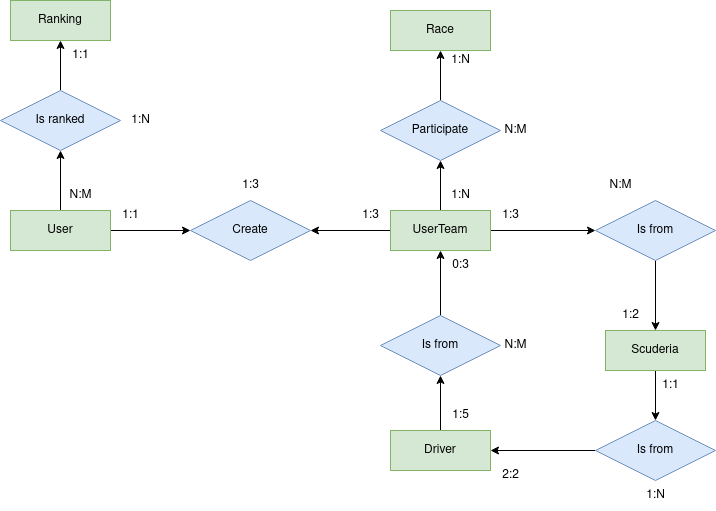
This is doc/diagrams/img/entity_relation.png from adrianhrb/proyecto_ETS, a draw.io export, as it was before one commit. Source tidied: cells renumbered, new cells last; positions are measured from the earlier drawing's top-left corner, leaving out a move shared by most shapes.
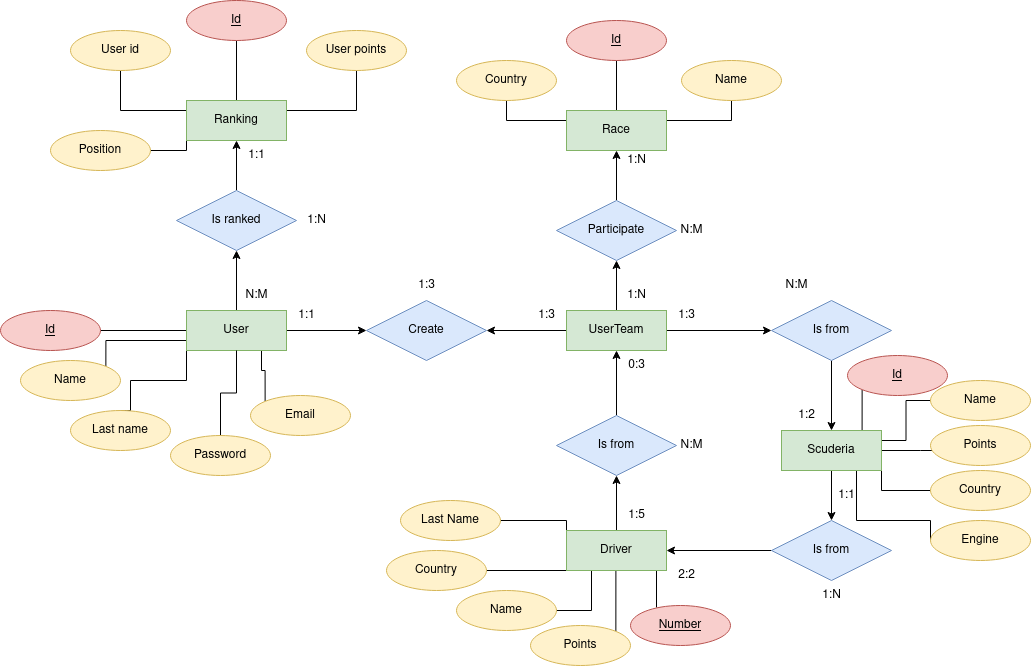
After the change.

The edit, as a diff of the source:
```diff
@@ -8,6 +8,30 @@
     <mxCell id="3" style="edgeStyle=orthogonalEdgeStyle;rounded=0;jettySize=auto;html=1;exitX=0.5;exitY=0;exitDx=0;exitDy=0;entryX=0.5;entryY=1;entryDx=0;entryDy=0;" parent="1" edge="1" source="4" target="40">
       <mxGeometry relative="1" as="geometry" />
     </mxCell>
+    <mxCell id="44" style="edgeStyle=orthogonalEdgeStyle;rounded=0;jettySize=auto;html=1;exitX=0;exitY=0.5;exitDx=0;exitDy=0;endArrow=none;endFill=0;" parent="1" edge="1" source="4" target="69">
+      <mxGeometry relative="1" as="geometry" />
+    </mxCell>
+    <mxCell id="45" style="edgeStyle=orthogonalEdgeStyle;rounded=0;jettySize=auto;html=1;exitX=0;exitY=0.75;exitDx=0;exitDy=0;entryX=1;entryY=0;entryDx=0;entryDy=0;endArrow=none;endFill=0;" parent="1" edge="1" source="4" target="65">
+      <mxGeometry relative="1" as="geometry" />
+    </mxCell>
+    <mxCell id="46" style="edgeStyle=orthogonalEdgeStyle;rounded=0;jettySize=auto;html=1;exitX=0;exitY=1;exitDx=0;exitDy=0;entryX=0.5;entryY=0;entryDx=0;entryDy=0;endArrow=none;endFill=0;" parent="1" edge="1" source="4" target="66">
+      <mxGeometry relative="1" as="geometry">
+        <Array as="points">
+          <mxPoint x="10" y="280" />
+          <mxPoint x="-46" y="280" />
+          <mxPoint x="-46" y="310" />
+        </Array>
+      </mxGeometry>
+    </mxCell>
+    <mxCell id="47" style="edgeStyle=orthogonalEdgeStyle;rounded=0;jettySize=auto;html=1;exitX=0.75;exitY=1;exitDx=0;exitDy=0;entryX=0;entryY=0;entryDx=0;entryDy=0;endArrow=none;endFill=0;" parent="1" edge="1" source="4">
+      <mxGeometry relative="1" as="geometry">
+        <mxPoint x="88.6" y="300.9" as="targetPoint" />
+        <Array as="points">
+          <mxPoint x="85" y="270" />
+          <mxPoint x="89" y="270" />
+        </Array>
+      </mxGeometry>
+    </mxCell>
     <mxCell id="4" value="User" style="whiteSpace=wrap;html=1;align=center;fillColor=#d5e8d4;strokeColor=#82b366;" parent="1" vertex="1">
       <mxGeometry x="10" y="210" width="100" height="40" as="geometry" />
     </mxCell>
@@ -26,15 +50,87 @@
     <mxCell id="9" style="edgeStyle=orthogonalEdgeStyle;rounded=0;jettySize=auto;html=1;exitX=0.5;exitY=1;exitDx=0;exitDy=0;" parent="1" edge="1" source="10" target="25">
       <mxGeometry relative="1" as="geometry" />
     </mxCell>
+    <mxCell id="48" style="edgeStyle=orthogonalEdgeStyle;rounded=0;jettySize=auto;html=1;exitX=0.75;exitY=1;exitDx=0;exitDy=0;entryX=0;entryY=0.5;entryDx=0;entryDy=0;endArrow=none;endFill=0;" parent="1" edge="1" source="10" target="87">
+      <mxGeometry relative="1" as="geometry">
+        <Array as="points">
+          <mxPoint x="680" y="420" />
+          <mxPoint x="754" y="420" />
+        </Array>
+      </mxGeometry>
+    </mxCell>
+    <mxCell id="49" style="edgeStyle=orthogonalEdgeStyle;rounded=0;jettySize=auto;html=1;exitX=1;exitY=1;exitDx=0;exitDy=0;entryX=0;entryY=0.5;entryDx=0;entryDy=0;endArrow=none;endFill=0;" parent="1" edge="1" source="10" target="86">
+      <mxGeometry relative="1" as="geometry" />
+    </mxCell>
+    <mxCell id="50" style="edgeStyle=orthogonalEdgeStyle;rounded=0;jettySize=auto;html=1;exitX=1;exitY=0.5;exitDx=0;exitDy=0;endArrow=none;endFill=0;" parent="1" edge="1" source="10" target="85">
+      <mxGeometry relative="1" as="geometry">
+        <Array as="points">
+          <mxPoint x="744" y="350" />
+          <mxPoint x="744" y="350" />
+        </Array>
+      </mxGeometry>
+    </mxCell>
+    <mxCell id="51" style="edgeStyle=orthogonalEdgeStyle;rounded=0;jettySize=auto;html=1;exitX=1;exitY=0.25;exitDx=0;exitDy=0;entryX=0;entryY=0.5;entryDx=0;entryDy=0;endArrow=none;endFill=0;" parent="1" edge="1" source="10" target="84">
+      <mxGeometry relative="1" as="geometry" />
+    </mxCell>
+    <mxCell id="52" style="edgeStyle=orthogonalEdgeStyle;rounded=0;jettySize=auto;html=1;exitX=0.75;exitY=0;exitDx=0;exitDy=0;entryX=0;entryY=1;entryDx=0;entryDy=0;endArrow=none;endFill=0;" parent="1" edge="1" source="10" target="83">
+      <mxGeometry relative="1" as="geometry">
+        <Array as="points">
+          <mxPoint x="686" y="330" />
+        </Array>
+      </mxGeometry>
+    </mxCell>
     <mxCell id="10" value="Scuderia" style="whiteSpace=wrap;html=1;align=center;fillColor=#d5e8d4;strokeColor=#82b366;" parent="1" vertex="1">
       <mxGeometry x="605" y="330" width="100" height="40" as="geometry" />
     </mxCell>
     <mxCell id="11" style="edgeStyle=orthogonalEdgeStyle;rounded=0;jettySize=auto;html=1;exitX=0.5;exitY=0;exitDx=0;exitDy=0;" parent="1" edge="1" source="12" target="30">
       <mxGeometry relative="1" as="geometry" />
     </mxCell>
+    <mxCell id="53" style="edgeStyle=orthogonalEdgeStyle;rounded=0;jettySize=auto;html=1;exitX=0.75;exitY=1;exitDx=0;exitDy=0;entryX=0.26;entryY=0.05;entryDx=0;entryDy=0;entryPerimeter=0;endArrow=none;endFill=0;" parent="1" edge="1" source="12" target="78">
+      <mxGeometry relative="1" as="geometry" />
+    </mxCell>
+    <mxCell id="54" style="edgeStyle=orthogonalEdgeStyle;rounded=0;jettySize=auto;html=1;exitX=0.75;exitY=1;exitDx=0;exitDy=0;entryX=1;entryY=0;entryDx=0;entryDy=0;endArrow=none;endFill=0;" parent="1" edge="1" source="12" target="82">
+      <mxGeometry relative="1" as="geometry">
+        <Array as="points">
+          <mxPoint x="439" y="470" />
+        </Array>
+      </mxGeometry>
+    </mxCell>
+    <mxCell id="55" style="edgeStyle=orthogonalEdgeStyle;rounded=0;jettySize=auto;html=1;exitX=0.25;exitY=1;exitDx=0;exitDy=0;entryX=1;entryY=0.5;entryDx=0;entryDy=0;endArrow=none;endFill=0;" parent="1" edge="1" source="12" target="79">
+      <mxGeometry relative="1" as="geometry" />
+    </mxCell>
+    <mxCell id="56" style="edgeStyle=orthogonalEdgeStyle;rounded=0;jettySize=auto;html=1;exitX=0;exitY=0.5;exitDx=0;exitDy=0;endArrow=none;endFill=0;" parent="1" edge="1" source="12" target="81">
+      <mxGeometry relative="1" as="geometry">
+        <Array as="points">
+          <mxPoint x="390" y="470" />
+        </Array>
+      </mxGeometry>
+    </mxCell>
+    <mxCell id="57" style="edgeStyle=orthogonalEdgeStyle;rounded=0;jettySize=auto;html=1;exitX=0;exitY=0;exitDx=0;exitDy=0;entryX=1;entryY=0.5;entryDx=0;entryDy=0;endArrow=none;endFill=0;" parent="1" edge="1" source="12" target="80">
+      <mxGeometry relative="1" as="geometry">
+        <Array as="points">
+          <mxPoint x="390" y="420" />
+        </Array>
+      </mxGeometry>
+    </mxCell>
     <mxCell id="12" value="Driver" style="whiteSpace=wrap;html=1;align=center;fillColor=#d5e8d4;strokeColor=#82b366;" parent="1" vertex="1">
       <mxGeometry x="390" y="430" width="100" height="40" as="geometry" />
     </mxCell>
+    <mxCell id="58" style="edgeStyle=orthogonalEdgeStyle;rounded=0;jettySize=auto;html=1;exitX=0.5;exitY=0;exitDx=0;exitDy=0;entryX=0.5;entryY=1;entryDx=0;entryDy=0;endArrow=none;endFill=0;" parent="1" edge="1" source="13" target="70">
+      <mxGeometry relative="1" as="geometry" />
+    </mxCell>
+    <mxCell id="59" style="edgeStyle=orthogonalEdgeStyle;rounded=0;jettySize=auto;html=1;exitX=0;exitY=0.25;exitDx=0;exitDy=0;endArrow=none;endFill=0;" parent="1" edge="1" source="13" target="71">
+      <mxGeometry relative="1" as="geometry" />
+    </mxCell>
+    <mxCell id="60" style="edgeStyle=orthogonalEdgeStyle;rounded=0;jettySize=auto;html=1;exitX=1;exitY=0.25;exitDx=0;exitDy=0;entryX=0.5;entryY=1;entryDx=0;entryDy=0;endArrow=none;endFill=0;" parent="1" edge="1" source="13" target="73">
+      <mxGeometry relative="1" as="geometry" />
+    </mxCell>
+    <mxCell id="61" style="edgeStyle=orthogonalEdgeStyle;rounded=0;jettySize=auto;html=1;exitX=0;exitY=1;exitDx=0;exitDy=0;endArrow=none;endFill=0;" parent="1" edge="1" source="13" target="74">
+      <mxGeometry relative="1" as="geometry">
+        <Array as="points">
+          <mxPoint x="10" y="50" />
+        </Array>
+      </mxGeometry>
+    </mxCell>
     <mxCell id="13" value="Ranking " style="whiteSpace=wrap;html=1;align=center;fillColor=#d5e8d4;strokeColor=#82b366;" parent="1" vertex="1">
       <mxGeometry x="10" width="100" height="40" as="geometry" />
     </mxCell>
@@ -65,6 +161,15 @@
     <mxCell id="22" value="N:M" style="text;html=1;align=center;verticalAlign=middle;strokeColor=none;fillColor=none;" parent="1" vertex="1">
       <mxGeometry x="595" y="170" width="50" height="30" as="geometry" />
     </mxCell>
+    <mxCell id="62" style="edgeStyle=orthogonalEdgeStyle;rounded=0;jettySize=auto;html=1;exitX=1;exitY=0.25;exitDx=0;exitDy=0;endArrow=none;endFill=0;" parent="1" edge="1" source="23" target="76">
+      <mxGeometry relative="1" as="geometry" />
+    </mxCell>
+    <mxCell id="63" style="edgeStyle=orthogonalEdgeStyle;rounded=0;jettySize=auto;html=1;exitX=0;exitY=0.25;exitDx=0;exitDy=0;endArrow=none;endFill=0;" parent="1" edge="1" source="23" target="77">
+      <mxGeometry relative="1" as="geometry" />
+    </mxCell>
+    <mxCell id="64" style="edgeStyle=orthogonalEdgeStyle;rounded=0;jettySize=auto;html=1;exitX=0.5;exitY=0;exitDx=0;exitDy=0;endArrow=none;endFill=0;" parent="1" edge="1" source="23" target="75">
+      <mxGeometry relative="1" as="geometry" />
+    </mxCell>
     <mxCell id="23" value="Race" style="whiteSpace=wrap;html=1;align=center;fillColor=#d5e8d4;strokeColor=#82b366;" parent="1" vertex="1">
       <mxGeometry x="390" y="10" width="100" height="40" as="geometry" />
     </mxCell>
@@ -75,7 +180,7 @@
       <mxGeometry x="595" y="420" width="120" height="60" as="geometry" />
     </mxCell>
     <mxCell id="26" value="1:1" style="text;html=1;align=center;verticalAlign=middle;strokeColor=none;fillColor=none;" parent="1" vertex="1">
-      <mxGeometry x="650" y="370" width="40" height="30" as="geometry" />
+      <mxGeometry x="650" y="380" width="40" height="30" as="geometry" />
     </mxCell>
     <mxCell id="27" value="1:N" style="text;html=1;align=center;verticalAlign=middle;strokeColor=none;fillColor=none;" parent="1" vertex="1">
       <mxGeometry x="635" y="480" width="40" height="30" as="geometry" />
@@ -128,5 +233,74 @@
     <mxCell id="43" value="1:N" style="text;html=1;align=center;verticalAlign=middle;strokeColor=none;fillColor=none;" parent="1" vertex="1">
       <mxGeometry x="120" y="105" width="40" height="30" as="geometry" />
     </mxCell>
+    <mxCell id="65" value="Name" style="ellipse;whiteSpace=wrap;html=1;align=center;fillColor=#fff2cc;strokeColor=#d6b656;" parent="1" vertex="1">
+      <mxGeometry x="-156" y="260" width="100" height="40" as="geometry" />
+    </mxCell>
+    <mxCell id="66" value="Last name" style="ellipse;whiteSpace=wrap;html=1;align=center;fillColor=#fff2cc;strokeColor=#d6b656;" parent="1" vertex="1">
+      <mxGeometry x="-106" y="310" width="100" height="40" as="geometry" />
+    </mxCell>
+    <mxCell id="67" style="edgeStyle=orthogonalEdgeStyle;rounded=0;jettySize=auto;html=1;endArrow=none;endFill=0;" parent="1" edge="1" source="68" target="4">
+      <mxGeometry relative="1" as="geometry" />
+    </mxCell>
+    <mxCell id="68" value="Password" style="ellipse;whiteSpace=wrap;html=1;align=center;fillColor=#fff2cc;strokeColor=#d6b656;" parent="1" vertex="1">
+      <mxGeometry x="-6" y="335" width="100" height="40" as="geometry" />
+    </mxCell>
+    <mxCell id="69" value="Id" style="ellipse;whiteSpace=wrap;html=1;align=center;fontStyle=4;fillColor=#f8cecc;strokeColor=#b85450;" parent="1" vertex="1">
+      <mxGeometry x="-176" y="210" width="100" height="40" as="geometry" />
+    </mxCell>
+    <mxCell id="70" value="Id" style="ellipse;whiteSpace=wrap;html=1;align=center;fontStyle=4;fillColor=#f8cecc;strokeColor=#b85450;" parent="1" vertex="1">
+      <mxGeometry x="10" y="-100" width="100" height="40" as="geometry" />
+    </mxCell>
+    <mxCell id="71" value="User id" style="ellipse;whiteSpace=wrap;html=1;align=center;fillColor=#fff2cc;strokeColor=#d6b656;" parent="1" vertex="1">
+      <mxGeometry x="-106" y="-70" width="100" height="40" as="geometry" />
+    </mxCell>
+    <mxCell id="72" value="Email" style="ellipse;whiteSpace=wrap;html=1;align=center;fillColor=#fff2cc;strokeColor=#d6b656;" parent="1" vertex="1">
+      <mxGeometry x="74" y="295" width="100" height="40" as="geometry" />
+    </mxCell>
+    <mxCell id="73" value="User points" style="ellipse;whiteSpace=wrap;html=1;align=center;fillColor=#fff2cc;strokeColor=#d6b656;" parent="1" vertex="1">
+      <mxGeometry x="130" y="-70" width="100" height="40" as="geometry" />
+    </mxCell>
+    <mxCell id="74" value="Position" style="ellipse;whiteSpace=wrap;html=1;align=center;fillColor=#fff2cc;strokeColor=#d6b656;" parent="1" vertex="1">
+      <mxGeometry x="-126" y="30" width="100" height="40" as="geometry" />
+    </mxCell>
+    <mxCell id="75" value="Id" style="ellipse;whiteSpace=wrap;html=1;align=center;fontStyle=4;fillColor=#f8cecc;strokeColor=#b85450;" parent="1" vertex="1">
+      <mxGeometry x="390" y="-80" width="100" height="40" as="geometry" />
+    </mxCell>
+    <mxCell id="76" value="Name" style="ellipse;whiteSpace=wrap;html=1;align=center;fillColor=#fff2cc;strokeColor=#d6b656;" parent="1" vertex="1">
+      <mxGeometry x="505" y="-40" width="100" height="40" as="geometry" />
+    </mxCell>
+    <mxCell id="77" value="Country" style="ellipse;whiteSpace=wrap;html=1;align=center;fillColor=#fff2cc;strokeColor=#d6b656;" parent="1" vertex="1">
+      <mxGeometry x="280" y="-40" width="100" height="40" as="geometry" />
+    </mxCell>
+    <mxCell id="78" value="Number" style="ellipse;whiteSpace=wrap;html=1;align=center;fontStyle=4;fillColor=#f8cecc;strokeColor=#b85450;" parent="1" vertex="1">
+      <mxGeometry x="454" y="505" width="100" height="40" as="geometry" />
+    </mxCell>
+    <mxCell id="79" value="Name" style="ellipse;whiteSpace=wrap;html=1;align=center;fillColor=#fff2cc;strokeColor=#d6b656;" parent="1" vertex="1">
+      <mxGeometry x="280" y="490" width="100" height="40" as="geometry" />
+    </mxCell>
+    <mxCell id="80" value="Last Name" style="ellipse;whiteSpace=wrap;html=1;align=center;fillColor=#fff2cc;strokeColor=#d6b656;" parent="1" vertex="1">
+      <mxGeometry x="224" y="400" width="100" height="40" as="geometry" />
+    </mxCell>
+    <mxCell id="81" value="Country" style="ellipse;whiteSpace=wrap;html=1;align=center;fillColor=#fff2cc;strokeColor=#d6b656;" parent="1" vertex="1">
+      <mxGeometry x="210" y="450" width="100" height="40" as="geometry" />
+    </mxCell>
+    <mxCell id="82" value="Points" style="ellipse;whiteSpace=wrap;html=1;align=center;fillColor=#fff2cc;strokeColor=#d6b656;" parent="1" vertex="1">
+      <mxGeometry x="354" y="525" width="100" height="40" as="geometry" />
+    </mxCell>
+    <mxCell id="83" value="Id" style="ellipse;whiteSpace=wrap;html=1;align=center;fontStyle=4;fillColor=#f8cecc;strokeColor=#b85450;" parent="1" vertex="1">
+      <mxGeometry x="671" y="255" width="100" height="40" as="geometry" />
+    </mxCell>
+    <mxCell id="84" value="Name" style="ellipse;whiteSpace=wrap;html=1;align=center;fillColor=#fff2cc;strokeColor=#d6b656;" parent="1" vertex="1">
+      <mxGeometry x="754" y="280" width="100" height="40" as="geometry" />
+    </mxCell>
+    <mxCell id="85" value="Points" style="ellipse;whiteSpace=wrap;html=1;align=center;fillColor=#fff2cc;strokeColor=#d6b656;" parent="1" vertex="1">
+      <mxGeometry x="754" y="325" width="100" height="40" as="geometry" />
+    </mxCell>
+    <mxCell id="86" value="Country" style="ellipse;whiteSpace=wrap;html=1;align=center;fillColor=#fff2cc;strokeColor=#d6b656;" parent="1" vertex="1">
+      <mxGeometry x="754" y="370" width="100" height="40" as="geometry" />
+    </mxCell>
+    <mxCell id="87" value="Engine" style="ellipse;whiteSpace=wrap;html=1;align=center;fillColor=#fff2cc;strokeColor=#d6b656;" parent="1" vertex="1">
+      <mxGeometry x="754" y="420" width="100" height="40" as="geometry" />
+    </mxCell>
   </root>
 </mxGraphModel>
```
